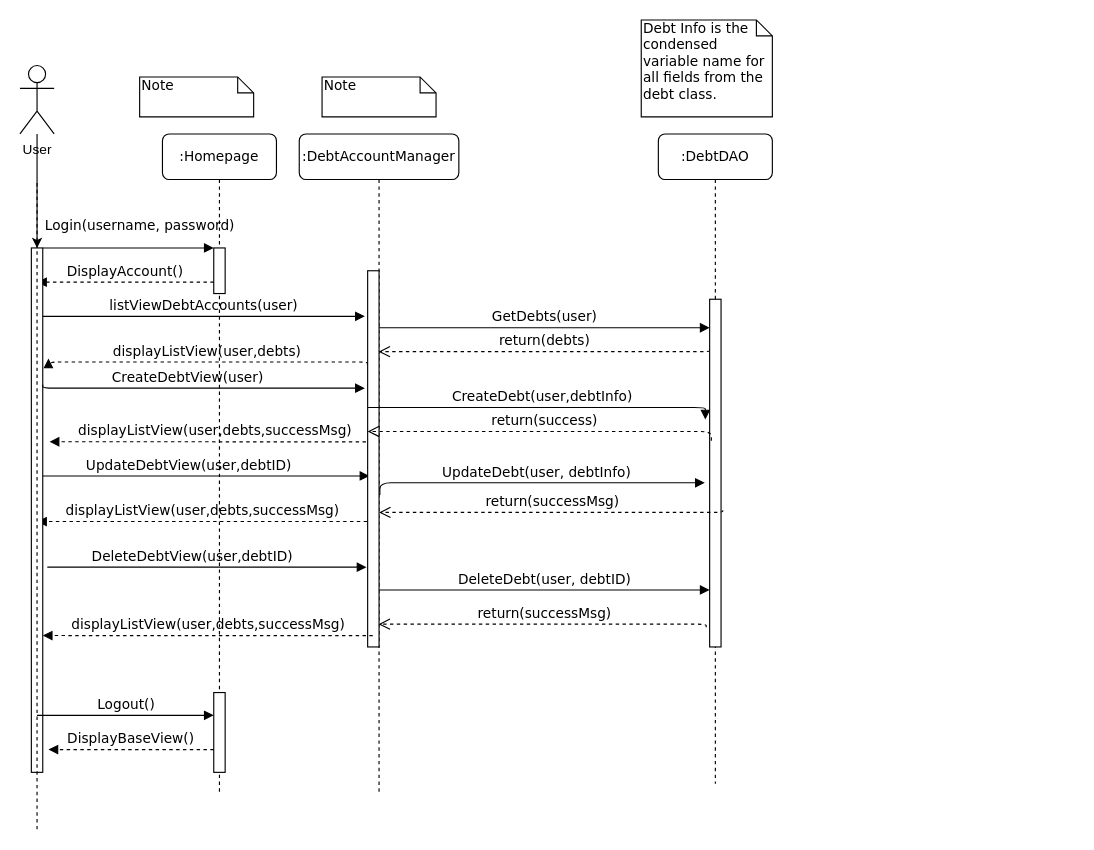
The draw.io diagram Sequence Diagram.drawio in PatrickMcDougle/CSE682-Software-Engineering-Project, before the edit. Source tidied: cells renumbered, new cells numbered last; positions are measured from the earlier drawing's top-left corner, leaving out a move shared by most shapes. Both pictures are drawn from the tidied source at 114%, with x=0, y=0 at pixel (19, 19).
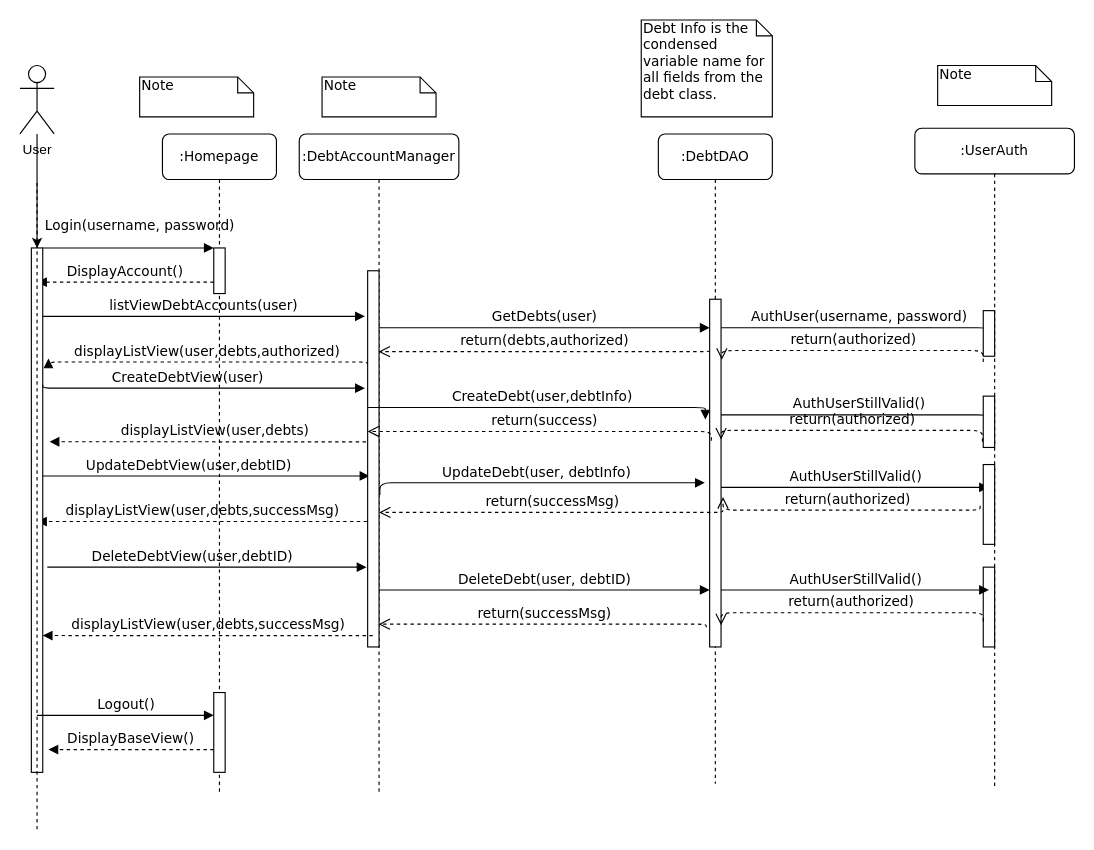
After the change.

The change refers to these unchanged cells:
```xml
<mxCell id="2" value=":Homepage" style="shape=umlLifeline;perimeter=lifelinePerimeter;whiteSpace=wrap;html=1;rounded=1;shadow=0;comic=0;labelBackgroundColor=none;strokeWidth=1;fontFamily=Verdana;fontSize=12;align=center;" parent="1" vertex="1">
  <mxGeometry x="125" y="100" width="100" height="580" as="geometry" />
</mxCell>
<mxCell id="12" value=":DebtAccountManager" style="shape=umlLifeline;perimeter=lifelinePerimeter;whiteSpace=wrap;html=1;outlineConnect=0;rounded=1;shadow=0;comic=0;labelBackgroundColor=none;strokeWidth=1;fontFamily=Verdana;fontSize=12;align=center;" parent="1" vertex="1">
  <mxGeometry x="245" y="100" width="140" height="580" as="geometry" />
</mxCell>
<mxCell id="13" style="html=1;points=[];perimeter=orthogonalPerimeter;rounded=0;shadow=0;comic=0;labelBackgroundColor=none;strokeWidth=1;fontFamily=Verdana;fontSize=12;align=center;" parent="12" vertex="1">
  <mxGeometry x="60" y="120" width="10" height="330" as="geometry" />
</mxCell>
<mxCell id="15" value=":DebtDAO" style="shape=umlLifeline;perimeter=lifelinePerimeter;whiteSpace=wrap;html=1;rounded=1;shadow=0;comic=0;labelBackgroundColor=none;strokeWidth=1;fontFamily=Verdana;fontSize=12;align=center;" parent="1" vertex="1">
  <mxGeometry x="560" y="100" width="100" height="570" as="geometry" />
</mxCell>
<mxCell id="17" style="html=1;points=[];perimeter=orthogonalPerimeter;rounded=0;shadow=0;comic=0;labelBackgroundColor=none;strokeWidth=1;fontFamily=Verdana;fontSize=12;align=center;" parent="1" vertex="1">
  <mxGeometry x="605" y="245" width="10" height="305" as="geometry" />
</mxCell>
```

Diff of the diagram source:
```diff
@@
-    <mxCell id="5" value="displayListView(user,debts)" style="html=1;verticalAlign=bottom;endArrow=block;labelBackgroundColor=none;fontFamily=Verdana;fontSize=12;edgeStyle=elbowEdgeStyle;elbow=vertical;jumpStyle=line;dashed=1;exitX=-0.014;exitY=0.25;exitDx=0;exitDy=0;exitPerimeter=0;" parent="2" edge="1" source="13">
+    <mxCell id="5" value="displayListView(user,debts,authorized)" style="html=1;verticalAlign=bottom;endArrow=block;labelBackgroundColor=none;fontFamily=Verdana;fontSize=12;edgeStyle=elbowEdgeStyle;elbow=vertical;jumpStyle=line;dashed=1;exitX=-0.014;exitY=0.25;exitDx=0;exitDy=0;exitPerimeter=0;" parent="2" edge="1" source="13">
       <mxGeometry relative="1" as="geometry">
         <mxPoint x="-100" y="197" as="targetPoint" />
       </mxGeometry>
     </mxCell>
@@
-    <mxCell id="9" value="displayListView(user,debts,successMsg)" style="html=1;verticalAlign=bottom;endArrow=block;labelBackgroundColor=none;fontFamily=Verdana;fontSize=12;edgeStyle=elbowEdgeStyle;elbow=vertical;jumpStyle=line;dashed=1;" parent="2" edge="1">
+    <mxCell id="9" value="displayListView(user,debts)" style="html=1;verticalAlign=bottom;endArrow=block;labelBackgroundColor=none;fontFamily=Verdana;fontSize=12;edgeStyle=elbowEdgeStyle;elbow=vertical;jumpStyle=line;dashed=1;" parent="2" edge="1">
       <mxGeometry relative="1" as="geometry">
         <mxPoint x="190.5" y="270.1" as="sourcePoint" />
         <mxPoint x="-99" y="270.1" as="targetPoint" />
       </mxGeometry>
     </mxCell>
@@
-    <mxCell id="16" value="return(debts)" style="html=1;verticalAlign=bottom;endArrow=open;dashed=1;endSize=8;labelBackgroundColor=none;fontFamily=Verdana;fontSize=12;edgeStyle=elbowEdgeStyle;elbow=vertical;" parent="15" edge="1" target="12">
+    <mxCell id="16" value="return(debts,authorized)" style="html=1;verticalAlign=bottom;endArrow=open;dashed=1;endSize=8;labelBackgroundColor=none;fontFamily=Verdana;fontSize=12;edgeStyle=elbowEdgeStyle;elbow=vertical;" parent="15" edge="1" target="12">
       <mxGeometry relative="1" as="geometry">
         <mxPoint x="45" y="190" as="sourcePoint" />
         <Array as="points">
           <mxPoint x="-100" y="191" />
           <mxPoint x="-10" y="190" />
           <mxPoint x="20" y="190" />
         </Array>
       </mxGeometry>
     </mxCell>
+    <mxCell id="36" value="AuthUser(username, password)" style="html=1;verticalAlign=bottom;endArrow=block;labelBackgroundColor=none;fontFamily=Verdana;fontSize=12;edgeStyle=elbowEdgeStyle;elbow=vertical;entryX=0.5;entryY=0.214;entryDx=0;entryDy=0;entryPerimeter=0;" parent="15" edge="1" target="40">
+      <mxGeometry relative="1" as="geometry">
+        <mxPoint x="55" y="170" as="sourcePoint" />
+        <Array as="points">
+          <mxPoint x="155" y="170" />
+          <mxPoint x="65" y="140" />
+        </Array>
+      </mxGeometry>
+    </mxCell>
+    <mxCell id="37" value="AuthUserStillValid()" style="html=1;verticalAlign=bottom;endArrow=block;labelBackgroundColor=none;fontFamily=Verdana;fontSize=12;edgeStyle=elbowEdgeStyle;elbow=vertical;entryX=0.5;entryY=0.214;entryDx=0;entryDy=0;entryPerimeter=0;" parent="15" edge="1">
+      <mxGeometry relative="1" as="geometry">
+        <mxPoint x="55" y="310" as="sourcePoint" />
+        <mxPoint x="290" y="310" as="targetPoint" />
+        <Array as="points">
+          <mxPoint x="155" y="310" />
+          <mxPoint x="65" y="280" />
+        </Array>
+      </mxGeometry>
+    </mxCell>
+    <mxCell id="38" value="AuthUserStillValid()" style="html=1;verticalAlign=bottom;endArrow=block;labelBackgroundColor=none;fontFamily=Verdana;fontSize=12;edgeStyle=elbowEdgeStyle;elbow=vertical;entryX=0.5;entryY=0.214;entryDx=0;entryDy=0;entryPerimeter=0;" parent="15" edge="1">
+      <mxGeometry relative="1" as="geometry">
+        <mxPoint x="55" y="246.4" as="sourcePoint" />
+        <mxPoint x="290" y="240" as="targetPoint" />
+        <Array as="points">
+          <mxPoint x="155" y="246.4" />
+          <mxPoint x="65" y="216.4" />
+        </Array>
+      </mxGeometry>
+    </mxCell>
@@
+    <mxCell id="39" value=":UserAuth" style="shape=umlLifeline;perimeter=lifelinePerimeter;whiteSpace=wrap;html=1;rounded=1;shadow=0;comic=0;labelBackgroundColor=none;strokeWidth=1;fontFamily=Verdana;fontSize=12;align=center;" parent="1" vertex="1">
+      <mxGeometry x="785" y="95" width="140" height="580" as="geometry" />
+    </mxCell>
+    <mxCell id="40" style="html=1;points=[];perimeter=orthogonalPerimeter;rounded=0;shadow=0;comic=0;labelBackgroundColor=none;strokeWidth=1;fontFamily=Verdana;fontSize=12;align=center;" parent="39" vertex="1">
+      <mxGeometry x="60" y="160" width="10" height="40" as="geometry" />
+    </mxCell>
+    <mxCell id="41" value="return(authorized)" style="html=1;verticalAlign=bottom;endArrow=open;dashed=1;endSize=8;labelBackgroundColor=none;fontFamily=Verdana;fontSize=12;edgeStyle=elbowEdgeStyle;elbow=vertical;entryX=1.069;entryY=0.174;entryDx=0;entryDy=0;entryPerimeter=0;" parent="39" edge="1" target="17">
+      <mxGeometry relative="1" as="geometry">
+        <mxPoint x="60" y="205" as="sourcePoint" />
+        <Array as="points">
+          <mxPoint x="-50" y="195" />
+          <mxPoint x="5" y="205" />
+          <mxPoint x="35" y="205" />
+        </Array>
+      </mxGeometry>
+    </mxCell>
+    <mxCell id="42" style="html=1;points=[];perimeter=orthogonalPerimeter;rounded=0;shadow=0;comic=0;labelBackgroundColor=none;strokeWidth=1;fontFamily=Verdana;fontSize=12;align=center;" parent="39" vertex="1">
+      <mxGeometry x="60" y="295" width="10" height="70" as="geometry" />
+    </mxCell>
+    <mxCell id="43" style="html=1;perimeter=orthogonalPerimeter;rounded=0;shadow=0;comic=0;labelBackgroundColor=none;strokeWidth=1;fontFamily=Verdana;fontSize=12;align=center;" parent="39" vertex="1">
+      <mxGeometry x="60" y="385" width="10" height="70" as="geometry" />
+    </mxCell>
+    <mxCell id="44" value="return(authorized)" style="html=1;verticalAlign=bottom;endArrow=open;dashed=1;endSize=8;labelBackgroundColor=none;fontFamily=Verdana;fontSize=12;edgeStyle=elbowEdgeStyle;elbow=vertical;exitX=-0.276;exitY=0.517;exitDx=0;exitDy=0;exitPerimeter=0;" parent="39" edge="1">
+      <mxGeometry relative="1" as="geometry">
+        <mxPoint x="60" y="432.7" as="sourcePoint" />
+        <mxPoint x="-170" y="436" as="targetPoint" />
+        <Array as="points">
+          <mxPoint x="-50" y="425" />
+          <mxPoint x="-47.2" y="425.5" />
+          <mxPoint x="7.1" y="456.5" />
+          <mxPoint x="37.1" y="456.5" />
+        </Array>
+      </mxGeometry>
+    </mxCell>
+    <mxCell id="45" style="html=1;perimeter=orthogonalPerimeter;rounded=0;shadow=0;comic=0;labelBackgroundColor=none;strokeWidth=1;fontFamily=Verdana;fontSize=12;align=center;" parent="39" vertex="1">
+      <mxGeometry x="60" y="235" width="10" height="45" as="geometry" />
+    </mxCell>
+    <mxCell id="46" value="Note" style="shape=note;whiteSpace=wrap;html=1;size=14;verticalAlign=top;align=left;spacingTop=-6;rounded=0;shadow=0;comic=0;labelBackgroundColor=none;strokeWidth=1;fontFamily=Verdana;fontSize=12;" parent="1" vertex="1">
+      <mxGeometry x="805" y="40" width="100" height="35" as="geometry" />
+    </mxCell>
+    <mxCell id="47" value="return(authorized)" style="html=1;verticalAlign=bottom;endArrow=open;dashed=1;endSize=8;labelBackgroundColor=none;fontFamily=Verdana;fontSize=12;edgeStyle=elbowEdgeStyle;elbow=vertical;entryX=1.172;entryY=0.569;entryDx=0;entryDy=0;entryPerimeter=0;exitX=-0.276;exitY=0.517;exitDx=0;exitDy=0;exitPerimeter=0;" parent="1" edge="1" source="42" target="17">
+      <mxGeometry relative="1" as="geometry">
+        <Array as="points">
+          <mxPoint x="745" y="430" />
+          <mxPoint x="735" y="419" />
+          <mxPoint x="789.3" y="450" />
+          <mxPoint x="819.3" y="450" />
+        </Array>
+      </mxGeometry>
+    </mxCell>
+    <mxCell id="48" value="AuthUserStillValid()" style="html=1;verticalAlign=bottom;endArrow=block;labelBackgroundColor=none;fontFamily=Verdana;fontSize=12;edgeStyle=elbowEdgeStyle;elbow=vertical;entryX=0.5;entryY=0.214;entryDx=0;entryDy=0;entryPerimeter=0;" parent="1" edge="1">
+      <mxGeometry relative="1" as="geometry">
+        <mxPoint x="615" y="500" as="sourcePoint" />
+        <mxPoint x="850" y="500" as="targetPoint" />
+        <Array as="points">
+          <mxPoint x="715" y="500" />
+          <mxPoint x="625" y="470" />
+        </Array>
+      </mxGeometry>
+    </mxCell>
+    <mxCell id="49" value="return(authorized)" style="html=1;verticalAlign=bottom;endArrow=open;dashed=1;endSize=8;labelBackgroundColor=none;fontFamily=Verdana;fontSize=12;edgeStyle=elbowEdgeStyle;elbow=vertical;entryX=1.069;entryY=0.174;entryDx=0;entryDy=0;entryPerimeter=0;" parent="1" edge="1">
+      <mxGeometry relative="1" as="geometry">
+        <mxPoint x="844.3" y="370" as="sourcePoint" />
+        <mxPoint x="615" y="368.1" as="targetPoint" />
+        <Array as="points">
+          <mxPoint x="734.3" y="360" />
+          <mxPoint x="789.3" y="370" />
+          <mxPoint x="819.3" y="370" />
+        </Array>
+      </mxGeometry>
+    </mxCell>
```
